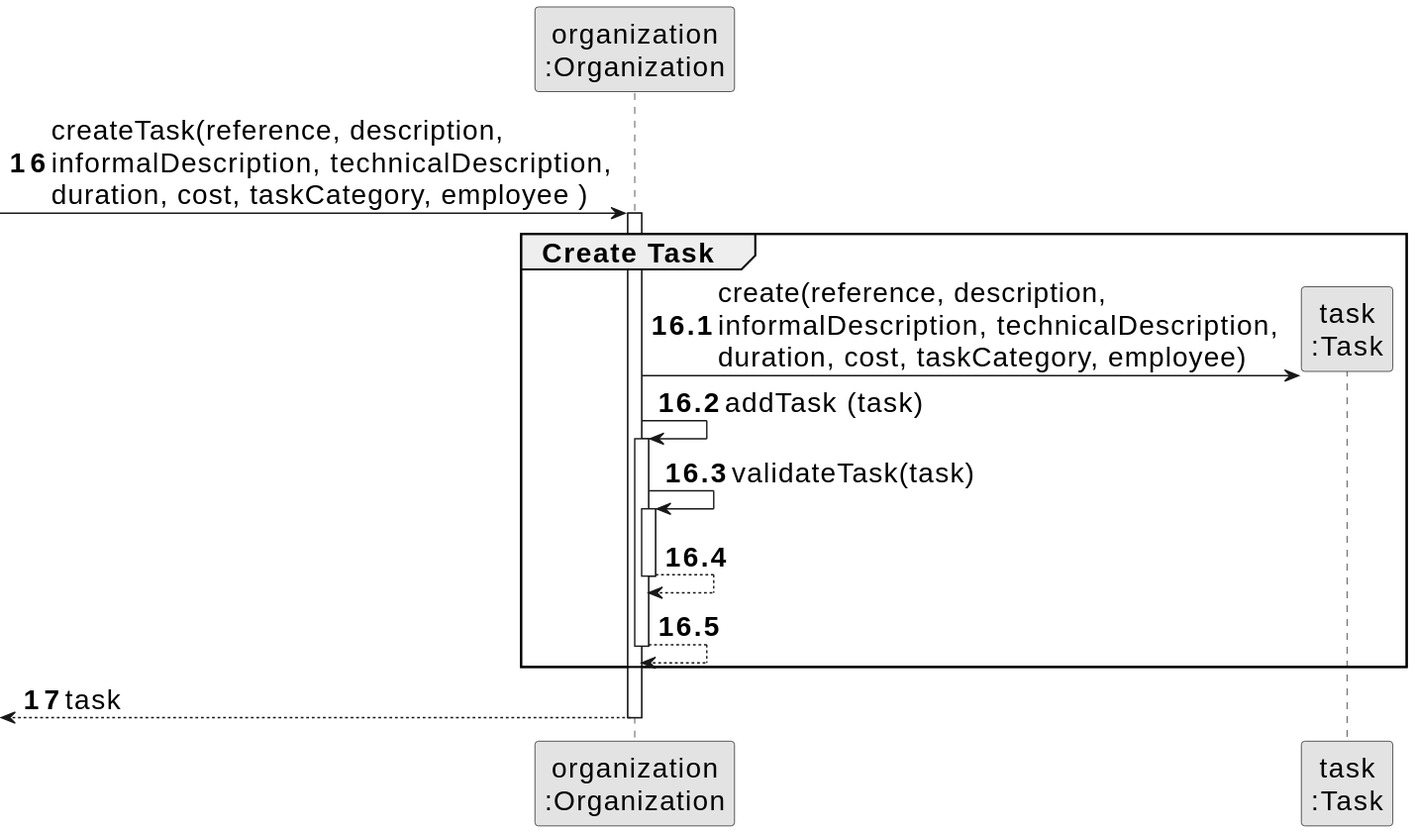
Departamento-de-Engenharia-Informatica/lei-24-s2-1df-1de-g063 keeps this PlantUML diagram as docs/sprintB/us006/03.design/svg/us006-sequence-diagram-partial-create-task.svg. Above is the earlier version. Its diagram source:
```plantuml
@startuml
skinparamlocked defaultFontSize 20
skinparam monochrome true
skinparam packageStyle rectangle
skinparam shadowing false

participant "organization\n:Organization" as ORG
participant "task\n:Task" as TAREFA

autonumber 16
-> ORG: createTask(reference, description,\ninformalDescription, technicalDescription,\nduration, cost, taskCategory, employee )

autonumber 16.1
activate ORG
    group Create Task

        ORG -> TAREFA**: create(reference, description,\ninformalDescription, technicalDescription,\nduration, cost, taskCategory, employee)
        ORG -> ORG: addTask (task)

        activate ORG
            ORG -> ORG: validateTask(task)
            activate ORG
                ORG --> ORG
            deactivate ORG

            ORG --> ORG
        deactivate ORG
    end

    autonumber 17
    <-- ORG : task
deactivate ORG
@enduml
```
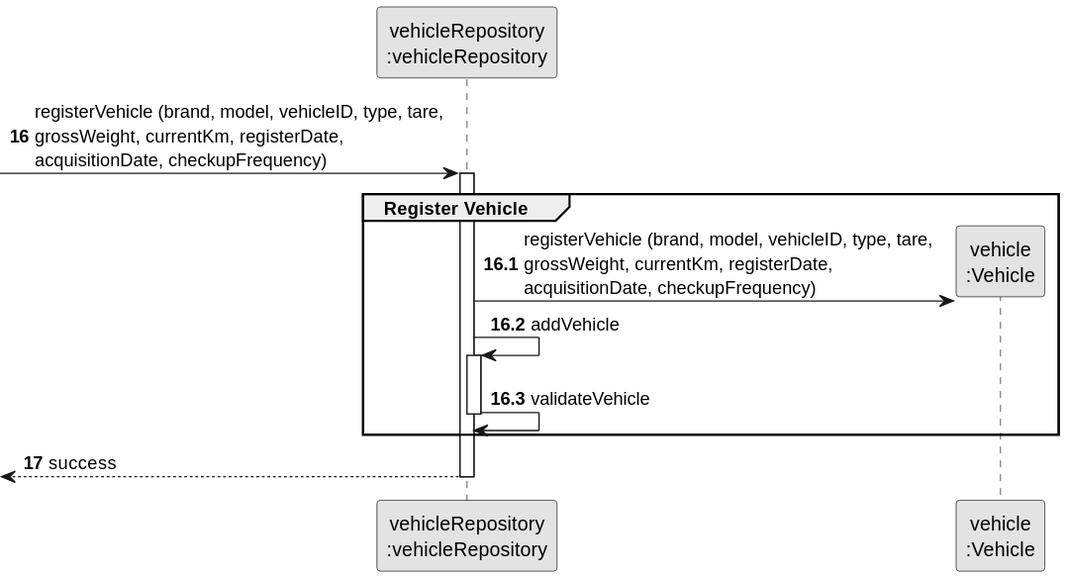
After the change.

The edit, as a diff of the source:
```diff
@@ -1,33 +1,30 @@
 @startuml
-skinparamlocked defaultFontSize 20
 skinparam monochrome true
 skinparam packageStyle rectangle
 skinparam shadowing false
 
-participant "organization\n:Organization" as ORG
-participant "task\n:Task" as TAREFA
+participant "vehicleRepository\n:vehicleRepository" as ORG
+participant "vehicle\n:Vehicle" as TAREFA
 
 autonumber 16
--> ORG: createTask(reference, description,\ninformalDescription, technicalDescription,\nduration, cost, taskCategory, employee )
+-> ORG: registerVehicle (brand, model, vehicleID, type, tare,\ngrossWeight, currentKm, registerDate, \nacquisitionDate, checkupFrequency)
 
 autonumber 16.1
 activate ORG
-    group Create Task
+    group Register Vehicle
 
-        ORG -> TAREFA**: create(reference, description,\ninformalDescription, technicalDescription,\nduration, cost, taskCategory, employee)
-        ORG -> ORG: addTask (task)
+        ORG -> TAREFA**: registerVehicle (brand, model, vehicleID, type, tare,\ngrossWeight, currentKm, registerDate, \nacquisitionDate, checkupFrequency)
+        ORG -> ORG: addVehicle
 
         activate ORG
-            ORG -> ORG: validateTask(task)
-            activate ORG
-                ORG --> ORG
-            deactivate ORG
+            ORG -> ORG: validateVehicle
 
-            ORG --> ORG
+
+
         deactivate ORG
     end
 
     autonumber 17
-    <-- ORG : task
+    <-- ORG : success
 deactivate ORG
 @enduml
```
